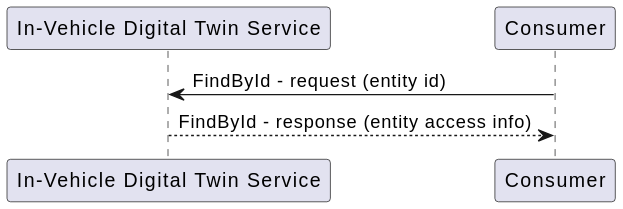
eclipse-ibeji/ibeji keeps this PlantUML diagram as docs/design/diagrams/findbyid_sequence.svg. Above is the earlier version.
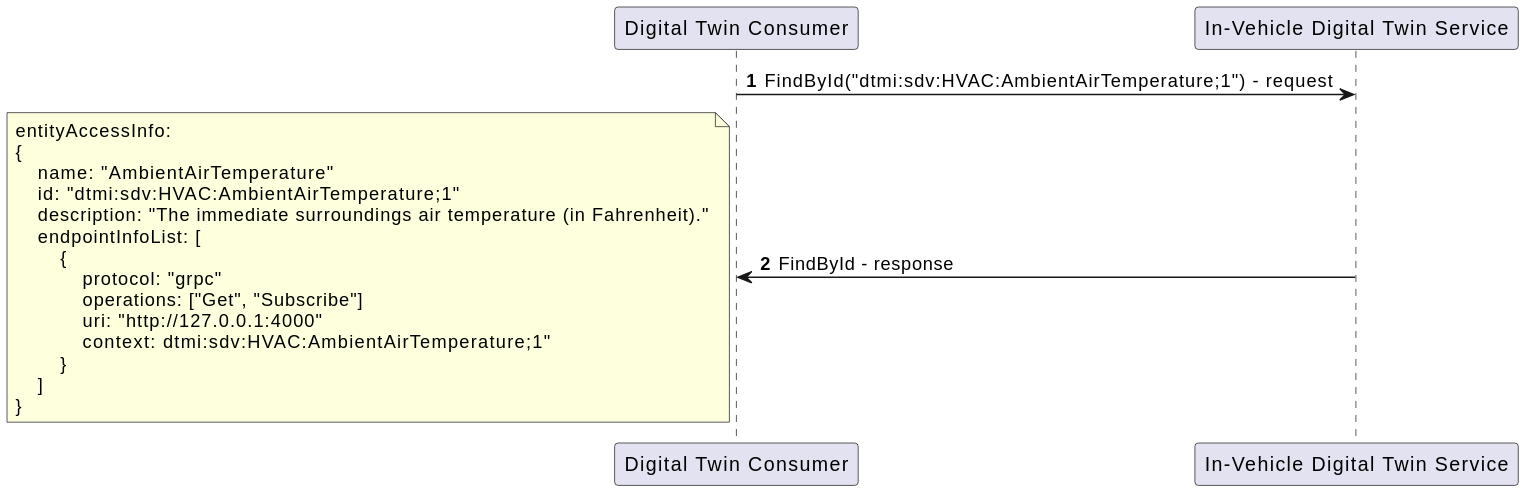
The same diagram one commit later.

The edit, as a diff of the source:
```diff
@@ -1,7 +1,22 @@
 @startuml
-participant "In-Vehicle Digital Twin Service"
-participant "Consumer"
+autonumber
 
-"Consumer" -> "In-Vehicle Digital Twin Service" : FindById - request (entity id)
-"In-Vehicle Digital Twin Service" --> "Consumer" : FindById - response (entity access info)
+"Digital Twin Consumer" -> "In-Vehicle Digital Twin Service" : FindById("dtmi:sdv:HVAC:AmbientAirTemperature;1") - request
+"Digital Twin Consumer" <- "In-Vehicle Digital Twin Service" : FindById - response
+note left
+entityAccessInfo:
+{
+    name: "AmbientAirTemperature"
+    id: "dtmi:sdv:HVAC:AmbientAirTemperature;1"
+    description: "The immediate surroundings air temperature (in Fahrenheit)."
+    endpointInfoList: [
+        {
+            protocol: "grpc"
+            operations: ["Get", "Subscribe"]
+            uri: "http://127.0.0.1:4000"
+            context: dtmi:sdv:HVAC:AmbientAirTemperature;1"
+        }
+    ]
+}
+end note
 @enduml
```
